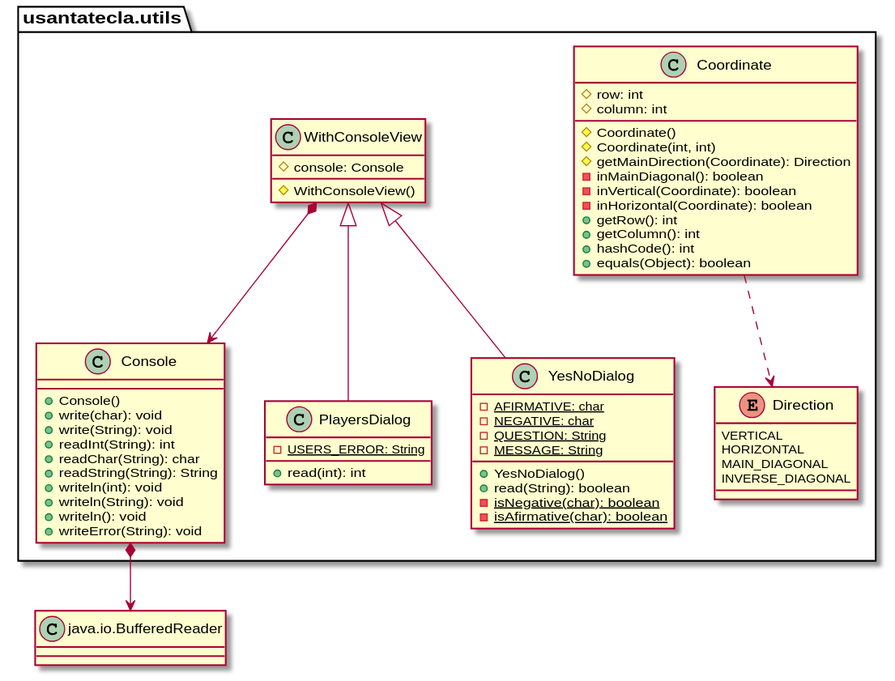
Earlier version of the PlantUML export documentView/withFactoryMethod/docs/diagrams/out/paquetes/tictactoe.utils.svg (Jolucaa/USantaTecla-project-ticTacToe).
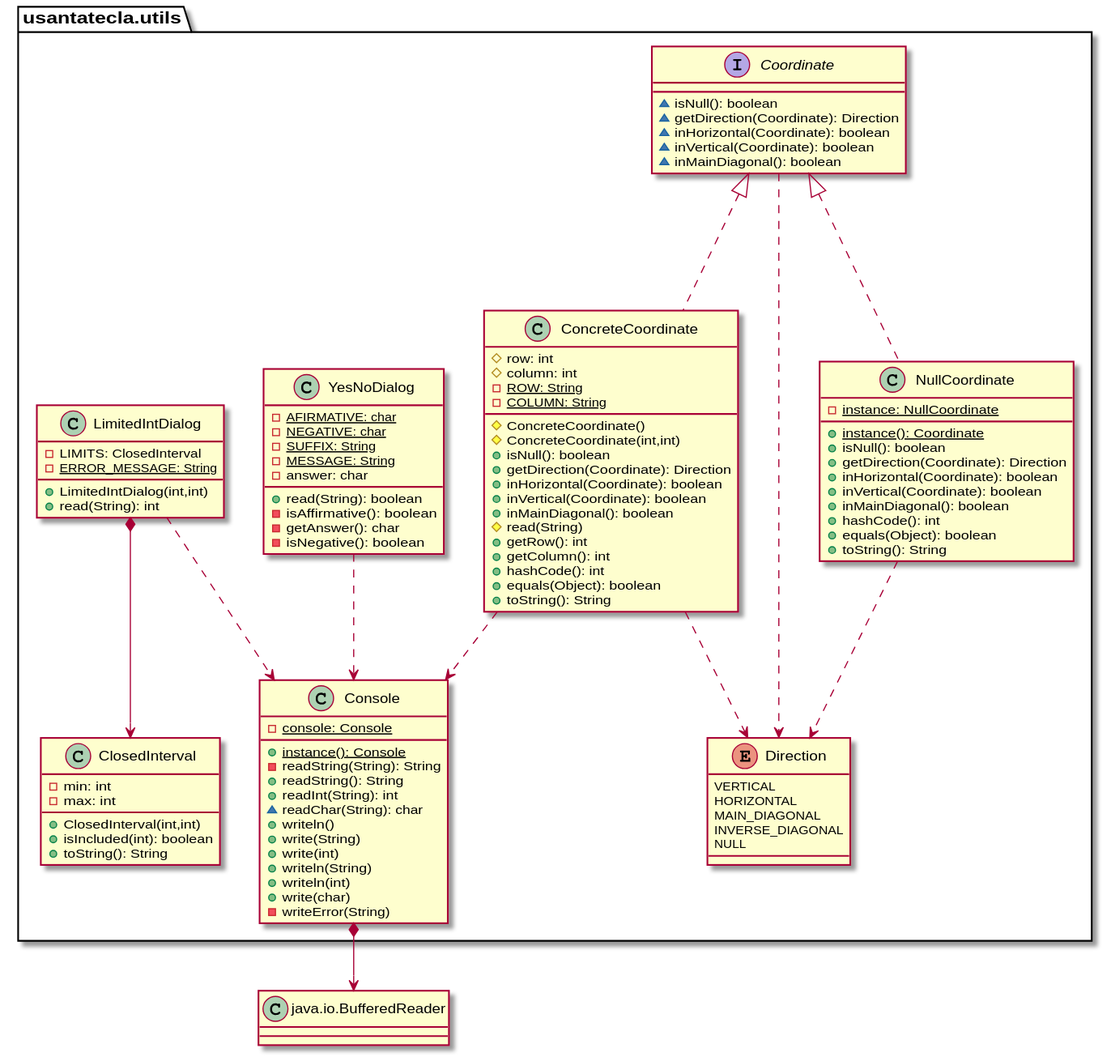
The same diagram one commit later.

Commit message:
Utils updated in WithFactoryMethod

Diff of the diagram source:
```diff
@@ -1,65 +1,108 @@
 @startuml
-class  usantatecla.utils.Console{
-+ Console()
-+ write(char): void
-+ write(String): void
-+ readInt(String): int
-+ readChar(String): char
-+ readString(String): String
-+ writeln(int): void
-+ writeln(String): void
-+ writeln(): void
-+ writeError(String): void
+class BufferedReader as "java.io.BufferedReader"{}
+
+class  usantatecla.utils.ClosedInterval{
+- min: int
+- max: int
++ ClosedInterval(int,int)
++ isIncluded(int): boolean
++ toString(): String
 }
 
-class BufferedReader as "java.io.BufferedReader"
-
-usantatecla.utils.Console *-down-> BufferedReader
-
-class  usantatecla.utils.Coordinate{
+class usantatecla.utils.ConcreteCoordinate{
 # row: int
 # column: int
-# Coordinate()
-# Coordinate(int, int)
-# getMainDirection(Coordinate): Direction
-- inMainDiagonal(): boolean
-- inVertical(Coordinate): boolean
-- inHorizontal(Coordinate): boolean
+- {static} ROW: String
+- {static} COLUMN: String
+# ConcreteCoordinate()
+# ConcreteCoordinate(int,int)
++ isNull(): boolean
++ getDirection(Coordinate): Direction
++ inHorizontal(Coordinate): boolean
++ inVertical(Coordinate): boolean
++ inMainDiagonal(): boolean
+# read(String)
 + getRow(): int
 + getColumn(): int
 + hashCode(): int
 + equals(Object): boolean
++ toString(): String
+}
+
+usantatecla.utils.Coordinate <|..down- usantatecla.utils.ConcreteCoordinate
+usantatecla.utils.ConcreteCoordinate ..> usantatecla.utils.Direction
+usantatecla.utils.ConcreteCoordinate ..> usantatecla.utils.Console
+
+
+class usantatecla.utils.Console{
+- {static} console: Console
++ {static} instance(): Console
+- readString(String): String
++ readString(): String
++ readInt(String): int
+~ readChar(String): char
++ writeln()
++ write(String)
++ write(int)
++ writeln(String)
++ writeln(int)
++ write(char)
+- writeError(String)
+}
+usantatecla.utils.Console *-down-> BufferedReader
+
+interface usantatecla.utils.Coordinate{
+~ isNull(): boolean
+~ getDirection(Coordinate): Direction
+~ inHorizontal(Coordinate): boolean
+~ inVertical(Coordinate): boolean
+~ inMainDiagonal(): boolean
 }
 usantatecla.utils.Coordinate ..> usantatecla.utils.Direction
 
-enum  usantatecla.utils.Direction{
+enum usantatecla.utils.Direction{
   VERTICAL
   HORIZONTAL
   MAIN_DIAGONAL
   INVERSE_DIAGONAL
+  NULL
 }
 
-class  usantatecla.utils.PlayersDialog{
-- {static} USERS_ERROR: String
-+ read(int): int
+class usantatecla.utils.LimitedIntDialog{
+- LIMITS: ClosedInterval
+- {static} ERROR_MESSAGE: String
++ LimitedIntDialog(int,int)
++ read(String): int
 }
-usantatecla.utils.WithConsoleView <|-down- usantatecla.utils.PlayersDialog
 
-class  usantatecla.utils.WithConsoleView{
-# console: Console
-# WithConsoleView()
+usantatecla.utils.LimitedIntDialog *-down-> usantatecla.utils.ClosedInterval
+usantatecla.utils.LimitedIntDialog ..> usantatecla.utils.Console
+
+class usantatecla.utils.NullCoordinate{
+- {static} instance: NullCoordinate
++ {static} instance(): Coordinate
++ isNull(): boolean
++ getDirection(Coordinate): Direction
++ inHorizontal(Coordinate): boolean
++ inVertical(Coordinate): boolean
++ inMainDiagonal(): boolean
++ hashCode(): int
++ equals(Object): boolean
++ toString(): String
 }
-usantatecla.utils.WithConsoleView *-down-> usantatecla.utils.Console
+usantatecla.utils.Coordinate <|..down- usantatecla.utils.NullCoordinate
+usantatecla.utils.NullCoordinate ..> usantatecla.utils.Direction
 
-class  usantatecla.utils.YesNoDialog{
+class usantatecla.utils.YesNoDialog{
 - {static} AFIRMATIVE: char
 - {static} NEGATIVE: char
-- {static} QUESTION: String
+- {static} SUFFIX: String
 - {static} MESSAGE: String
-+ YesNoDialog()
+- answer: char
 + read(String): boolean
-- {static} isNegative(char): boolean
-- {static} isAfirmative(char): boolean
+- isAffirmative(): boolean
+- getAnswer(): char
+- isNegative(): boolean
 }
-usantatecla.utils.WithConsoleView <|-down- usantatecla.utils.YesNoDialog
+usantatecla.utils.YesNoDialog ..> usantatecla.utils.Console
 @enduml
```
